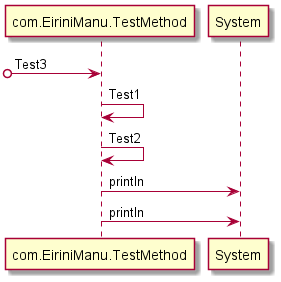
Before: Diagrams/sequenceDiagram.png, a diagram exported from PlantUML (manucapo/Gardener). The source it was exported from:
```plantuml
@startuml
 [o-> com.EiriniManu.TestMethod: Test3
com.EiriniManu.TestMethod -> com.EiriniManu.TestMethod: Test1
com.EiriniManu.TestMethod -> com.EiriniManu.TestMethod: Test2
com.EiriniManu.TestMethod -> System: println
com.EiriniManu.TestMethod -> System: println
@enduml
```
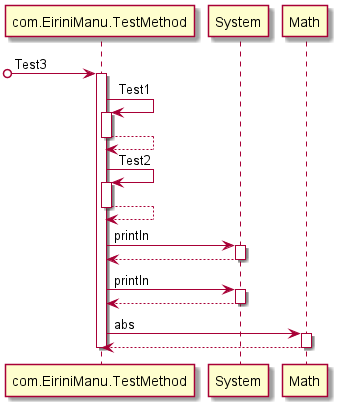
After the change.

Diff of the diagram source:
```diff
@@ -1,7 +1,25 @@
 @startuml
- [o-> com.EiriniManu.TestMethod: Test3
+[o-> com.EiriniManu.TestMethod: Test3
+activate com.EiriniManu.TestMethod
 com.EiriniManu.TestMethod -> com.EiriniManu.TestMethod: Test1
+activate com.EiriniManu.TestMethod
+com.EiriniManu.TestMethod-->com.EiriniManu.TestMethod
+deactivate com.EiriniManu.TestMethod
 com.EiriniManu.TestMethod -> com.EiriniManu.TestMethod: Test2
+activate com.EiriniManu.TestMethod
+com.EiriniManu.TestMethod-->com.EiriniManu.TestMethod
+deactivate com.EiriniManu.TestMethod
 com.EiriniManu.TestMethod -> System: println
+activate System
+System-->com.EiriniManu.TestMethod
+deactivate System
 com.EiriniManu.TestMethod -> System: println
+activate System
+System-->com.EiriniManu.TestMethod
+deactivate System
+com.EiriniManu.TestMethod -> Math: abs
+activate Math
+Math-->com.EiriniManu.TestMethod
+deactivate Math
+deactivate com.EiriniManu.TestMethod
 @enduml
```
